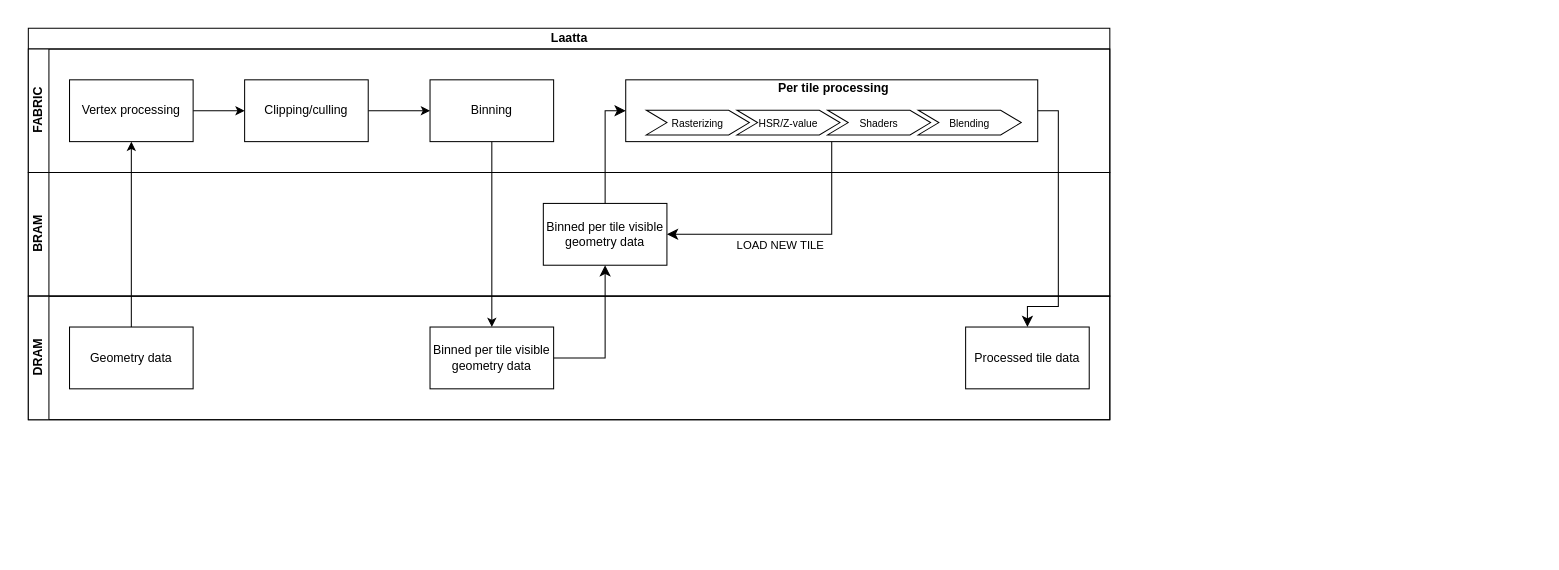
Above: docs/architecture.drawio in JesseOinonen/laatta (draw.io), before the change. Source tidied: cells renumbered, new cells numbered last; positions are measured from the earlier drawing's top-left corner, leaving out a move shared by most shapes. Both pictures are drawn from the tidied source at 103%, with x=0, y=0 at pixel (18, 18).
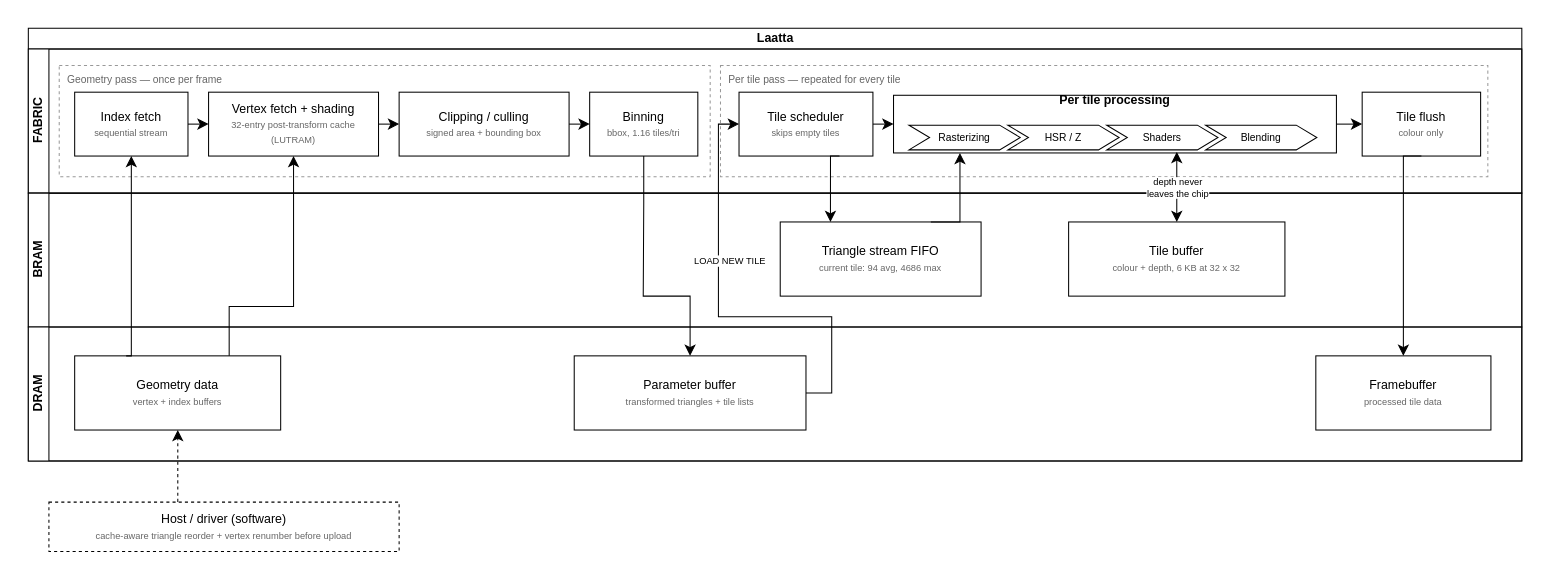
Above is the later version.

Change to the diagram source:
```diff
@@
-    <mxCell id="2" style="rounded=0;whiteSpace=wrap;html=1;strokeColor=none;" parent="1" vertex="1">
-      <mxGeometry width="1070" height="410" as="geometry" />
-    </mxCell>
+    <mxCell id="29" style="rounded=0;whiteSpace=wrap;html=1;strokeColor=none;" parent="1" vertex="1">
+      <mxGeometry width="1480" height="450" as="geometry" />
+    </mxCell>
     <mxCell id="3" value="Laatta" style="swimlane;horizontal=1;startSize=20;html=1;" parent="1" vertex="1">
-      <mxGeometry x="10" y="10" width="1050" height="380" as="geometry" />
+      <mxGeometry x="10" y="10" width="1450" height="420" as="geometry" />
     </mxCell>
     <mxCell id="4" value="FABRIC" style="swimlane;startSize=20;horizontal=0;html=1;" parent="3" vertex="1">
-      <mxGeometry y="20" width="1050" height="120" as="geometry" />
+      <mxGeometry y="20" width="1450" height="140" as="geometry" />
     </mxCell>
-    <mxCell id="5" style="rounded=0;whiteSpace=wrap;html=1;" parent="4" vertex="1">
-      <mxGeometry x="580" y="30" width="400" height="60" as="geometry" />
-    </mxCell>
-    <mxCell id="6" style="edgeStyle=none;html=1;" parent="4" edge="1" source="7" target="9">
-      <mxGeometry relative="1" as="geometry" />
-    </mxCell>
-    <mxCell id="7" value="Vertex processing" style="rounded=0;whiteSpace=wrap;html=1;" parent="4" vertex="1">
-      <mxGeometry x="40" y="30" width="120" height="60" as="geometry" />
-    </mxCell>
-    <mxCell id="8" style="edgeStyle=none;html=1;entryX=0;entryY=0.5;entryDx=0;entryDy=0;" parent="4" edge="1" source="9" target="10">
-      <mxGeometry relative="1" as="geometry" />
-    </mxCell>
-    <mxCell id="9" value="Clipping/culling" style="whiteSpace=wrap;html=1;rounded=0;" parent="4" vertex="1">
-      <mxGeometry x="210" y="30" width="120" height="60" as="geometry" />
-    </mxCell>
-    <mxCell id="10" value="Binning" style="whiteSpace=wrap;html=1;rounded=0;" parent="4" vertex="1">
-      <mxGeometry x="390" y="30" width="120" height="60" as="geometry" />
-    </mxCell>
+    <mxCell id="30" value="Geometry pass — once per frame" style="rounded=0;whiteSpace=wrap;html=1;dashed=1;fillColor=none;strokeColor=#999999;verticalAlign=top;align=left;spacingLeft=6;spacingTop=2;fontSize=10;fontColor=#666666;" parent="4" vertex="1">
+      <mxGeometry x="30" y="16" width="632" height="108" as="geometry" />
+    </mxCell>
+    <mxCell id="31" value="Per tile pass — repeated for every tile" style="rounded=0;whiteSpace=wrap;html=1;dashed=1;fillColor=none;strokeColor=#999999;verticalAlign=top;align=left;spacingLeft=6;spacingTop=2;fontSize=10;fontColor=#666666;" parent="4" vertex="1">
+      <mxGeometry x="672" y="16" width="745" height="108" as="geometry" />
+    </mxCell>
+    <mxCell id="32" value="Index fetch&lt;br&gt;&lt;font style=&quot;font-size: 9px;color: #666666;&quot;&gt;sequential stream&lt;/font&gt;" style="rounded=0;whiteSpace=wrap;html=1;" parent="4" vertex="1">
+      <mxGeometry x="45" y="42" width="110" height="62" as="geometry" />
+    </mxCell>
+    <mxCell id="33" value="Vertex fetch + shading&lt;br&gt;&lt;font style=&quot;font-size: 9px;color: #666666;&quot;&gt;32-entry post-transform cache (LUTRAM)&lt;/font&gt;" style="rounded=0;whiteSpace=wrap;html=1;" parent="4" vertex="1">
+      <mxGeometry x="175" y="42" width="165" height="62" as="geometry" />
+    </mxCell>
+    <mxCell id="34" value="Clipping / culling&lt;br&gt;&lt;font style=&quot;font-size: 9px;color: #666666;&quot;&gt;signed area + bounding box&lt;/font&gt;" style="rounded=0;whiteSpace=wrap;html=1;" parent="4" vertex="1">
+      <mxGeometry x="360" y="42" width="165" height="62" as="geometry" />
+    </mxCell>
+    <mxCell id="35" value="Binning&lt;br&gt;&lt;font style=&quot;font-size: 9px;color: #666666;&quot;&gt;bbox, 1.16 tiles/tri&lt;/font&gt;" style="rounded=0;whiteSpace=wrap;html=1;" parent="4" vertex="1">
+      <mxGeometry x="545" y="42" width="105" height="62" as="geometry" />
+    </mxCell>
+    <mxCell id="36" value="Tile scheduler&lt;br&gt;&lt;font style=&quot;font-size: 9px;color: #666666;&quot;&gt;skips empty tiles&lt;/font&gt;" style="rounded=0;whiteSpace=wrap;html=1;" parent="4" vertex="1">
+      <mxGeometry x="690" y="42" width="130" height="62" as="geometry" />
+    </mxCell>
+    <mxCell id="37" style="rounded=0;whiteSpace=wrap;html=1;" parent="4" vertex="1">
+      <mxGeometry x="840" y="45" width="430" height="56" as="geometry" />
+    </mxCell>
     <mxCell id="11" value="Per tile processing" style="swimlane;horizontal=1;fillColor=none;strokeColor=none;stackBorder=10;align=center;whiteSpace=wrap;html=1;" parent="4" vertex="1">
-      <mxGeometry x="590" y="26.5" width="384" height="67" as="geometry" />
+      <mxGeometry x="845" y="38" width="420" height="70" as="geometry" />
     </mxCell>
     <mxCell id="12" value="&lt;font style=&quot;font-size: 10px;&quot;&gt;Rasterizing&lt;/font&gt;" style="shape=step;perimeter=stepPerimeter;fixedSize=1;whiteSpace=wrap;html=1;" parent="11" vertex="1">
-      <mxGeometry x="10" y="33" width="100" height="24" as="geometry" />
+      <mxGeometry x="10" y="36" width="108" height="24" as="geometry" />
     </mxCell>
-    <mxCell id="13" value="&lt;font style=&quot;font-size: 10px;&quot;&gt;HSR/Z-value&lt;/font&gt;" style="shape=step;perimeter=stepPerimeter;fixedSize=1;whiteSpace=wrap;html=1;" parent="11" vertex="1">
-      <mxGeometry x="98" y="33" width="100" height="24" as="geometry" />
-    </mxCell>
+    <mxCell id="38" value="&lt;font style=&quot;font-size: 10px;&quot;&gt;HSR / Z&lt;/font&gt;" style="shape=step;perimeter=stepPerimeter;fixedSize=1;whiteSpace=wrap;html=1;" parent="11" vertex="1">
+      <mxGeometry x="106" y="36" width="108" height="24" as="geometry" />
+    </mxCell>
     <mxCell id="14" value="&lt;font style=&quot;font-size: 10px;&quot;&gt;Shaders&lt;/font&gt;" style="shape=step;perimeter=stepPerimeter;fixedSize=1;whiteSpace=wrap;html=1;" parent="11" vertex="1">
-      <mxGeometry x="186" y="33" width="100" height="24" as="geometry" />
+      <mxGeometry x="202" y="36" width="108" height="24" as="geometry" />
     </mxCell>
     <mxCell id="15" value="&lt;font style=&quot;font-size: 10px;&quot;&gt;Blending&lt;/font&gt;" style="shape=step;perimeter=stepPerimeter;fixedSize=1;whiteSpace=wrap;html=1;" parent="11" vertex="1">
-      <mxGeometry x="274" y="33" width="100" height="24" as="geometry" />
+      <mxGeometry x="298" y="36" width="108" height="24" as="geometry" />
     </mxCell>
+    <mxCell id="39" value="Tile flush&lt;br&gt;&lt;font style=&quot;font-size: 9px;color: #666666;&quot;&gt;colour only&lt;/font&gt;" style="rounded=0;whiteSpace=wrap;html=1;" parent="4" vertex="1">
+      <mxGeometry x="1295" y="42" width="115" height="62" as="geometry" />
+    </mxCell>
+    <mxCell id="40" style="edgeStyle=none;html=1;endArrow=classic;endSize=8;" parent="4" edge="1" source="32" target="33">
+      <mxGeometry relative="1" as="geometry" />
+    </mxCell>
+    <mxCell id="41" style="edgeStyle=none;html=1;endArrow=classic;endSize=8;" parent="4" edge="1" source="33" target="34">
+      <mxGeometry relative="1" as="geometry" />
+    </mxCell>
+    <mxCell id="42" style="edgeStyle=none;html=1;endArrow=classic;endSize=8;" parent="4" edge="1" source="34" target="35">
+      <mxGeometry relative="1" as="geometry" />
+    </mxCell>
+    <mxCell id="43" style="edgeStyle=none;html=1;endArrow=classic;endSize=8;" parent="4" edge="1" source="36" target="37">
+      <mxGeometry relative="1" as="geometry" />
+    </mxCell>
+    <mxCell id="44" style="edgeStyle=none;html=1;endArrow=classic;endSize=8;" parent="4" edge="1" source="37" target="39">
+      <mxGeometry relative="1" as="geometry" />
+    </mxCell>
-    <mxCell id="16" value="BRAM" style="swimlane;startSize=20;horizontal=0;html=1;fillStyle=auto;fillColor=default;" parent="3" vertex="1">
-      <mxGeometry y="140" width="1050" height="120" as="geometry" />
+    <mxCell id="16" value="BRAM" style="swimlane;startSize=20;horizontal=0;html=1;" parent="3" vertex="1">
+      <mxGeometry y="160" width="1450" height="130" as="geometry" />
     </mxCell>
-    <mxCell id="17" value="&lt;span style=&quot;color: rgb(0, 0, 0);&quot;&gt;Binned per tile visible geometry data&lt;/span&gt;" style="whiteSpace=wrap;html=1;rounded=0;" parent="16" vertex="1">
-      <mxGeometry x="500" y="30" width="120" height="60" as="geometry" />
-    </mxCell>
-    <mxCell id="18" style="edgeStyle=none;html=1;entryX=0.5;entryY=1;entryDx=0;entryDy=0;" parent="3" edge="1" source="23" target="7">
-      <mxGeometry relative="1" as="geometry" />
-    </mxCell>
-    <mxCell id="19" style="edgeStyle=none;html=1;" parent="3" edge="1" source="10" target="24">
-      <mxGeometry relative="1" as="geometry" />
-    </mxCell>
-    <mxCell id="20" style="edgeStyle=segmentEdgeStyle;endArrow=classic;html=1;curved=0;rounded=0;endSize=8;startSize=8;exitX=1;exitY=0.5;exitDx=0;exitDy=0;entryX=0.5;entryY=1;entryDx=0;entryDy=0;" parent="3" edge="1" source="24" target="17">
-      <mxGeometry relative="1" as="geometry" />
-    </mxCell>
-    <mxCell id="21" style="edgeStyle=segmentEdgeStyle;endArrow=classic;html=1;curved=0;rounded=0;endSize=8;startSize=8;exitX=0.5;exitY=0;exitDx=0;exitDy=0;entryX=0;entryY=0.5;entryDx=0;entryDy=0;" parent="3" edge="1" source="17" target="5">
-      <mxGeometry relative="1" as="geometry">
-        <Array as="points">
-          <mxPoint x="560" y="80" />
-        </Array>
-      </mxGeometry>
-    </mxCell>
+    <mxCell id="45" value="Triangle stream FIFO&lt;br&gt;&lt;font style=&quot;font-size: 9px;color: #666666;&quot;&gt;current tile: 94 avg, 4686 max&lt;/font&gt;" style="rounded=0;whiteSpace=wrap;html=1;" parent="16" vertex="1">
+      <mxGeometry x="730" y="28" width="195" height="72" as="geometry" />
+    </mxCell>
+    <mxCell id="46" value="Tile buffer&lt;br&gt;&lt;font style=&quot;font-size: 9px;color: #666666;&quot;&gt;colour + depth, 6 KB at 32 x 32&lt;/font&gt;" style="rounded=0;whiteSpace=wrap;html=1;" parent="16" vertex="1">
+      <mxGeometry x="1010" y="28" width="210" height="72" as="geometry" />
+    </mxCell>
     <mxCell id="22" value="DRAM" style="swimlane;startSize=20;horizontal=0;html=1;" parent="3" vertex="1">
-      <mxGeometry y="260" width="1050" height="120" as="geometry" />
+      <mxGeometry y="290" width="1450" height="130" as="geometry" />
     </mxCell>
-    <mxCell id="23" value="Geometry data" style="rounded=0;whiteSpace=wrap;html=1;" parent="22" vertex="1">
-      <mxGeometry x="40" y="30" width="120" height="60" as="geometry" />
-    </mxCell>
-    <mxCell id="24" value="Binned per tile visible geometry data" style="whiteSpace=wrap;html=1;rounded=0;" parent="22" vertex="1">
-      <mxGeometry x="390" y="30" width="120" height="60" as="geometry" />
-    </mxCell>
-    <mxCell id="25" value="Processed tile data" style="whiteSpace=wrap;html=1;rounded=0;" parent="22" vertex="1">
-      <mxGeometry x="910" y="30" width="120" height="60" as="geometry" />
-    </mxCell>
-    <mxCell id="26" style="edgeStyle=segmentEdgeStyle;endArrow=classic;html=1;curved=0;rounded=0;endSize=8;startSize=8;exitX=1;exitY=0.5;exitDx=0;exitDy=0;entryX=0.5;entryY=0;entryDx=0;entryDy=0;" parent="3" edge="1" source="5" target="25">
-      <mxGeometry relative="1" as="geometry">
-        <Array as="points">
-          <mxPoint x="1000" y="80" />
-          <mxPoint x="1000" y="270" />
-          <mxPoint x="970" y="270" />
-        </Array>
-      </mxGeometry>
-    </mxCell>
-    <mxCell id="27" style="edgeStyle=segmentEdgeStyle;endArrow=classic;html=1;curved=0;rounded=0;endSize=8;startSize=8;exitX=0.5;exitY=1;exitDx=0;exitDy=0;entryX=1;entryY=0.5;entryDx=0;entryDy=0;" parent="3" edge="1" source="5" target="17">
-      <mxGeometry relative="1" as="geometry">
-        <Array as="points">
-          <mxPoint x="780" y="200" />
-        </Array>
-      </mxGeometry>
-    </mxCell>
+    <mxCell id="47" value="Geometry data&lt;br&gt;&lt;font style=&quot;font-size: 9px;color: #666666;&quot;&gt;vertex + index buffers&lt;/font&gt;" style="rounded=0;whiteSpace=wrap;html=1;" parent="22" vertex="1">
+      <mxGeometry x="45" y="28" width="200" height="72" as="geometry" />
+    </mxCell>
+    <mxCell id="48" value="Parameter buffer&lt;br&gt;&lt;font style=&quot;font-size: 9px;color: #666666;&quot;&gt;transformed triangles + tile lists&lt;/font&gt;" style="rounded=0;whiteSpace=wrap;html=1;" parent="22" vertex="1">
+      <mxGeometry x="530" y="28" width="225" height="72" as="geometry" />
+    </mxCell>
+    <mxCell id="49" value="Framebuffer&lt;br&gt;&lt;font style=&quot;font-size: 9px;color: #666666;&quot;&gt;processed tile data&lt;/font&gt;" style="rounded=0;whiteSpace=wrap;html=1;" parent="22" vertex="1">
+      <mxGeometry x="1250" y="28" width="170" height="72" as="geometry" />
+    </mxCell>
+    <mxCell id="50" style="edgeStyle=segmentEdgeStyle;endArrow=classic;html=1;curved=0;rounded=0;endSize=8;startSize=8;exitX=0.25;exitY=0;exitDx=0;exitDy=0;entryX=0.5;entryY=1;entryDx=0;entryDy=0;" parent="3" edge="1" source="47" target="32">
+      <mxGeometry relative="1" as="geometry" />
+    </mxCell>
+    <mxCell id="51" style="edgeStyle=segmentEdgeStyle;endArrow=classic;html=1;curved=0;rounded=0;endSize=8;startSize=8;exitX=0.75;exitY=0;exitDx=0;exitDy=0;entryX=0.5;entryY=1;entryDx=0;entryDy=0;" parent="3" edge="1" source="47" target="33">
+      <mxGeometry relative="1" as="geometry">
+        <Array as="points">
+          <mxPoint x="195" y="270" />
+          <mxPoint x="257" y="270" />
+        </Array>
+      </mxGeometry>
+    </mxCell>
+    <mxCell id="52" style="edgeStyle=segmentEdgeStyle;endArrow=classic;html=1;curved=0;rounded=0;endSize=8;startSize=8;exitX=0.5;exitY=1;exitDx=0;exitDy=0;entryX=0.5;entryY=0;entryDx=0;entryDy=0;" parent="3" edge="1" source="35" target="48">
+      <mxGeometry relative="1" as="geometry">
+        <Array as="points">
+          <mxPoint x="597" y="170" />
+          <mxPoint x="597" y="260" />
+          <mxPoint x="643" y="260" />
+        </Array>
+      </mxGeometry>
+    </mxCell>
+    <mxCell id="53" style="edgeStyle=segmentEdgeStyle;endArrow=classic;html=1;curved=0;rounded=0;endSize=8;startSize=8;exitX=1;exitY=0.5;exitDx=0;exitDy=0;entryX=0;entryY=0.5;entryDx=0;entryDy=0;" parent="3" edge="1" source="48" target="36">
+      <mxGeometry relative="1" as="geometry">
+        <Array as="points">
+          <mxPoint x="780" y="354" />
+          <mxPoint x="780" y="280" />
+          <mxPoint x="670" y="280" />
+          <mxPoint x="670" y="93" />
+        </Array>
+      </mxGeometry>
+    </mxCell>
-    <mxCell id="28" value="LOAD NEW TILE" style="edgeLabel;html=1;align=center;verticalAlign=middle;" parent="27" vertex="1">
-      <mxGeometry x="-0.04" y="-1" relative="1" as="geometry">
-        <mxPoint x="-21" y="11" as="offset" />
+    <mxCell id="28" value="LOAD NEW TILE" style="edgeLabel;html=1;align=center;verticalAlign=middle;fontSize=9;" parent="53" vertex="1">
+      <mxGeometry relative="1" as="geometry">
+        <mxPoint x="9" y="-55" as="offset" />
       </mxGeometry>
     </mxCell>
+    <mxCell id="54" style="edgeStyle=segmentEdgeStyle;endArrow=classic;html=1;curved=0;rounded=0;endSize=8;startSize=8;exitX=0.75;exitY=1;exitDx=0;exitDy=0;entryX=0.25;entryY=0;entryDx=0;entryDy=0;" parent="3" edge="1" source="36" target="45">
+      <mxGeometry relative="1" as="geometry" />
+    </mxCell>
+    <mxCell id="55" style="edgeStyle=segmentEdgeStyle;endArrow=classic;html=1;curved=0;rounded=0;endSize=8;startSize=8;exitX=0.75;exitY=0;exitDx=0;exitDy=0;entryX=0.15;entryY=1;entryDx=0;entryDy=0;" parent="3" edge="1" source="45" target="37">
+      <mxGeometry relative="1" as="geometry" />
+    </mxCell>
+    <mxCell id="56" style="edgeStyle=segmentEdgeStyle;endArrow=classic;html=1;curved=0;rounded=0;endSize=8;startSize=8;startArrow=classic;startFill=1;entryX=0.5;entryY=0;entryDx=0;entryDy=0;" parent="3" edge="1" target="46">
+      <mxGeometry relative="1" as="geometry">
+        <mxPoint x="1115" y="120" as="sourcePoint" />
+      </mxGeometry>
+    </mxCell>
+    <mxCell id="57" value="depth never&lt;br&gt;leaves the chip" style="edgeLabel;html=1;align=center;verticalAlign=middle;fontSize=9;" parent="56" vertex="1">
+      <mxGeometry relative="1" as="geometry" />
+    </mxCell>
+    <mxCell id="58" style="edgeStyle=segmentEdgeStyle;endArrow=classic;html=1;curved=0;rounded=0;endSize=8;startSize=8;exitX=0.5;exitY=1;exitDx=0;exitDy=0;entryX=0.5;entryY=0;entryDx=0;entryDy=0;" parent="3" edge="1" source="39" target="49">
+      <mxGeometry relative="1" as="geometry" />
+    </mxCell>
+    <mxCell id="59" value="Host / driver (software)&lt;br&gt;&lt;font style=&quot;font-size: 9px;color: #666666;&quot;&gt;cache-aware triangle reorder + vertex renumber before upload&lt;/font&gt;" style="rounded=0;whiteSpace=wrap;html=1;dashed=1;" parent="1" vertex="1">
+      <mxGeometry x="30" y="470" width="340" height="48" as="geometry" />
+    </mxCell>
+    <mxCell id="60" style="edgeStyle=segmentEdgeStyle;endArrow=classic;html=1;curved=0;rounded=0;endSize=8;startSize=8;dashed=1;exitX=0.368;exitY=-0.004;exitDx=0;exitDy=0;exitPerimeter=0;" parent="1" edge="1" source="59" target="47">
+      <mxGeometry relative="1" as="geometry" />
+    </mxCell>
```
